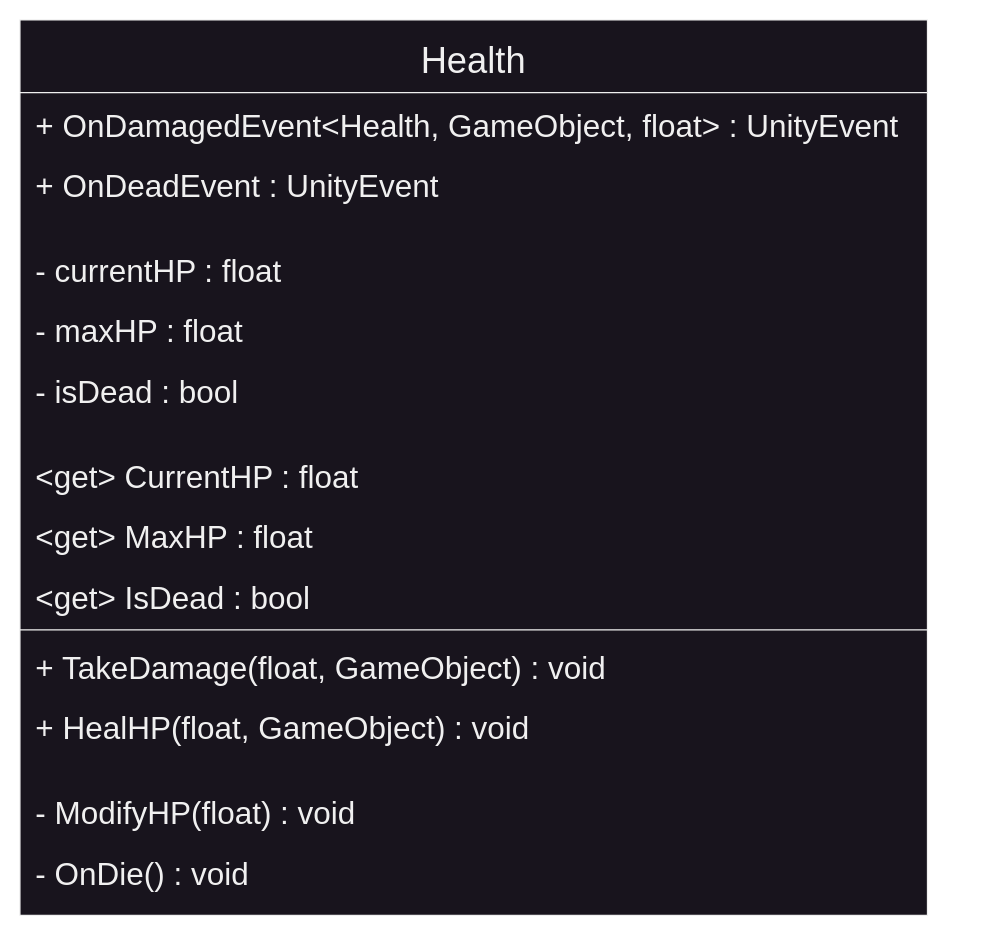
SEH00N/WakDefence keeps this draw.io diagram as UML/Modules/Health.drawio. Above is the earlier version. Source tidied: cells renumbered, new cells numbered last; positions are measured from the earlier drawing's top-left corner, leaving out a move shared by most shapes. Both pictures are drawn from the tidied source at 121%, with x=0, y=0 at pixel (19, 19).
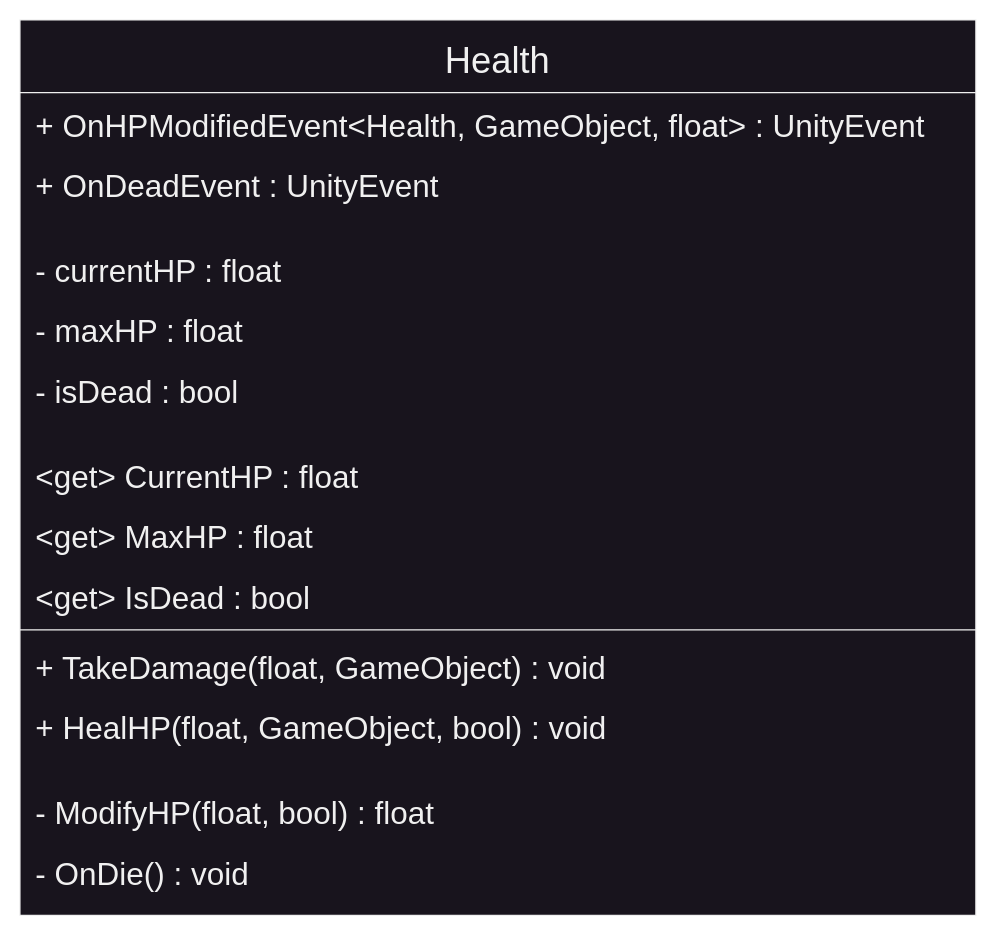
Above is the later version.

Diff of the diagram source:
```diff
@@
 <mxGraphModel>
   <root>
     <mxCell id="0" />
     <mxCell id="1" parent="0" />
     <mxCell id="2" value="Health" style="swimlane;fontStyle=0;align=center;verticalAlign=middle;horizontal=1;startSize=60;rounded=0;shadow=0;strokeWidth=1;spacingTop=0;spacingBottom=0;spacingRight=0;fillColor=#18141D;swimlaneFillColor=#18141D;fillStyle=solid;fontColor=#F0F0F0;strokeColor=#F0F0F0;fontSize=30;" parent="1" vertex="1">
-      <mxGeometry width="750" height="740" as="geometry" />
+      <mxGeometry width="790" height="740" as="geometry" />
     </mxCell>
-    <mxCell id="3" value=" + OnDamagedEvent&lt;Health, GameObject, float&gt; : UnityEvent" style="text;align=left;verticalAlign=middle;spacingLeft=4;spacingRight=4;overflow=hidden;rounded=0;shadow=0;html=0;fontColor=#F0F0F0;fontSize=26;" parent="2" vertex="1">
-      <mxGeometry y="60" width="750" height="50" as="geometry" />
+    <mxCell id="3" value=" + OnHPModifiedEvent&lt;Health, GameObject, float&gt; : UnityEvent" style="text;align=left;verticalAlign=middle;spacingLeft=4;spacingRight=4;overflow=hidden;rounded=0;shadow=0;html=0;fontColor=#F0F0F0;fontSize=26;" parent="2" vertex="1">
+      <mxGeometry y="60" width="790" height="50" as="geometry" />
     </mxCell>
     <mxCell id="4" value=" + OnDeadEvent : UnityEvent" style="text;align=left;verticalAlign=middle;spacingLeft=4;spacingRight=4;overflow=hidden;rounded=0;shadow=0;html=0;fontColor=#F0F0F0;fontSize=26;" parent="2" vertex="1">
-      <mxGeometry y="110" width="750" height="50" as="geometry" />
+      <mxGeometry y="110" width="790" height="50" as="geometry" />
     </mxCell>
     <mxCell id="5" value=" " style="text;align=left;verticalAlign=middle;spacingLeft=4;spacingRight=4;overflow=hidden;rounded=0;shadow=0;html=0;fontSize=26;" parent="2" vertex="1">
-      <mxGeometry y="160" width="750" height="20" as="geometry" />
+      <mxGeometry y="160" width="790" height="20" as="geometry" />
     </mxCell>
     <mxCell id="6" value=" - currentHP : float" style="text;align=left;verticalAlign=middle;spacingLeft=4;spacingRight=4;overflow=hidden;rounded=0;shadow=0;html=0;fontColor=#F0F0F0;fontSize=26;" parent="2" vertex="1">
-      <mxGeometry y="180" width="750" height="50" as="geometry" />
+      <mxGeometry y="180" width="790" height="50" as="geometry" />
     </mxCell>
     <mxCell id="7" value=" - maxHP : float" style="text;align=left;verticalAlign=middle;spacingLeft=4;spacingRight=4;overflow=hidden;rounded=0;shadow=0;html=0;fontColor=#F0F0F0;fontSize=26;" parent="2" vertex="1">
-      <mxGeometry y="230" width="750" height="50" as="geometry" />
+      <mxGeometry y="230" width="790" height="50" as="geometry" />
     </mxCell>
     <mxCell id="8" value=" - isDead : bool" style="text;align=left;verticalAlign=middle;spacingLeft=4;spacingRight=4;overflow=hidden;rounded=0;shadow=0;html=0;fontColor=#F0F0F0;fontSize=26;" parent="2" vertex="1">
-      <mxGeometry y="280" width="750" height="50" as="geometry" />
+      <mxGeometry y="280" width="790" height="50" as="geometry" />
     </mxCell>
     <mxCell id="9" value=" " style="text;align=left;verticalAlign=middle;spacingLeft=4;spacingRight=4;overflow=hidden;rounded=0;shadow=0;html=0;fontSize=26;" parent="2" vertex="1">
-      <mxGeometry y="330" width="750" height="20" as="geometry" />
+      <mxGeometry y="330" width="790" height="20" as="geometry" />
     </mxCell>
     <mxCell id="10" value=" &lt;get&gt; CurrentHP : float" style="text;align=left;verticalAlign=middle;spacingLeft=4;spacingRight=4;overflow=hidden;rounded=0;shadow=0;html=0;fontColor=#F0F0F0;fontSize=26;" parent="2" vertex="1">
-      <mxGeometry y="350" width="750" height="50" as="geometry" />
+      <mxGeometry y="350" width="790" height="50" as="geometry" />
     </mxCell>
     <mxCell id="11" value=" &lt;get&gt; MaxHP : float" style="text;align=left;verticalAlign=middle;spacingLeft=4;spacingRight=4;overflow=hidden;rounded=0;shadow=0;html=0;fontColor=#F0F0F0;fontSize=26;" parent="2" vertex="1">
-      <mxGeometry y="400" width="750" height="50" as="geometry" />
+      <mxGeometry y="400" width="790" height="50" as="geometry" />
     </mxCell>
     <mxCell id="12" value=" &lt;get&gt; IsDead : bool" style="text;align=left;verticalAlign=middle;spacingLeft=4;spacingRight=4;overflow=hidden;rounded=0;shadow=0;html=0;fontColor=#F0F0F0;fontSize=26;" parent="2" vertex="1">
-      <mxGeometry y="450" width="750" height="50" as="geometry" />
+      <mxGeometry y="450" width="790" height="50" as="geometry" />
     </mxCell>
     <mxCell id="13" style="line;html=1;strokeWidth=1;align=left;verticalAlign=middle;spacingTop=-1;spacingLeft=3;spacingRight=3;labelPosition=right;strokeColor=#F0F0F0;fontSize=26;" parent="2" vertex="1">
-      <mxGeometry y="500" width="750" height="8" as="geometry" />
+      <mxGeometry y="500" width="790" height="8" as="geometry" />
     </mxCell>
     <mxCell id="14" value=" + TakeDamage(float, GameObject) : void" style="text;align=left;verticalAlign=middle;spacingLeft=4;spacingRight=4;overflow=hidden;rounded=0;shadow=0;html=0;fontColor=#F0F0F0;fontSize=26;" parent="2" vertex="1">
-      <mxGeometry y="508" width="750" height="50" as="geometry" />
+      <mxGeometry y="508" width="790" height="50" as="geometry" />
     </mxCell>
-    <mxCell id="15" value=" + HealHP(float, GameObject) : void" style="text;align=left;verticalAlign=middle;spacingLeft=4;spacingRight=4;overflow=hidden;rounded=0;shadow=0;html=0;fontColor=#F0F0F0;fontSize=26;" parent="2" vertex="1">
-      <mxGeometry y="558" width="750" height="50" as="geometry" />
+    <mxCell id="15" value=" + HealHP(float, GameObject, bool) : void" style="text;align=left;verticalAlign=middle;spacingLeft=4;spacingRight=4;overflow=hidden;rounded=0;shadow=0;html=0;fontColor=#F0F0F0;fontSize=26;" parent="2" vertex="1">
+      <mxGeometry y="558" width="790" height="50" as="geometry" />
     </mxCell>
     <mxCell id="16" value=" " style="text;align=left;verticalAlign=middle;spacingLeft=4;spacingRight=4;overflow=hidden;rounded=0;shadow=0;html=0;fontSize=26;" parent="2" vertex="1">
-      <mxGeometry y="608" width="750" height="20" as="geometry" />
+      <mxGeometry y="608" width="790" height="20" as="geometry" />
     </mxCell>
-    <mxCell id="17" value=" - ModifyHP(float) : void" style="text;align=left;verticalAlign=middle;spacingLeft=4;spacingRight=4;overflow=hidden;rounded=0;shadow=0;html=0;fontColor=#F0F0F0;fontSize=26;" parent="2" vertex="1">
-      <mxGeometry y="628" width="750" height="50" as="geometry" />
+    <mxCell id="17" value=" - ModifyHP(float, bool) : float" style="text;align=left;verticalAlign=middle;spacingLeft=4;spacingRight=4;overflow=hidden;rounded=0;shadow=0;html=0;fontColor=#F0F0F0;fontSize=26;" parent="2" vertex="1">
+      <mxGeometry y="628" width="790" height="50" as="geometry" />
     </mxCell>
     <mxCell id="18" value=" - OnDie() : void" style="text;align=left;verticalAlign=middle;spacingLeft=4;spacingRight=4;overflow=hidden;rounded=0;shadow=0;html=0;fontColor=#F0F0F0;fontSize=26;" parent="2" vertex="1">
-      <mxGeometry y="678" width="750" height="50" as="geometry" />
+      <mxGeometry y="678" width="790" height="50" as="geometry" />
     </mxCell>
   </root>
 </mxGraphModel>
```
